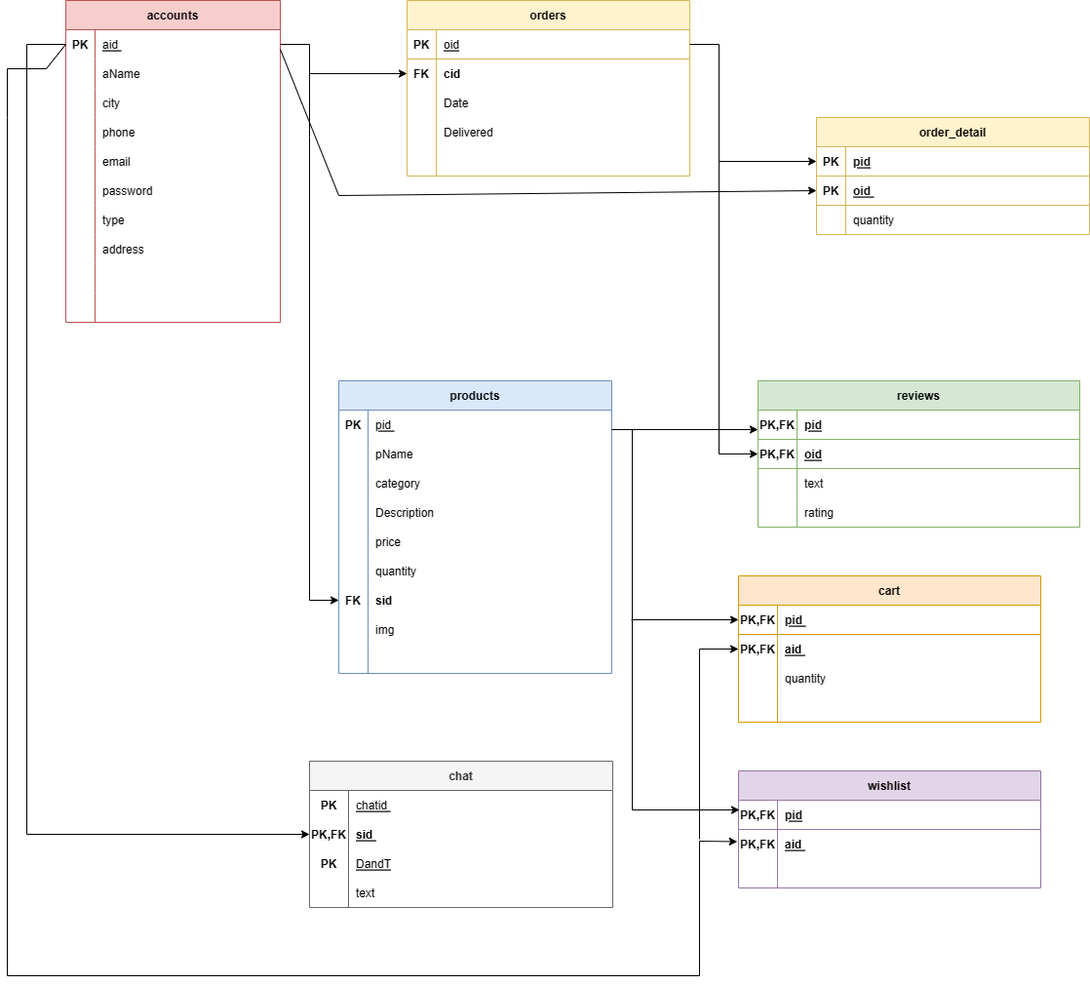
Above: Schema/MotoShoppyERmodel.drawio.png in Sajeel-Haider/MotoShoppy (draw.io), before the change. Source tidied: cells renumbered, new cells last; positions are measured from the earlier drawing's top-left corner, leaving out a move shared by most shapes.
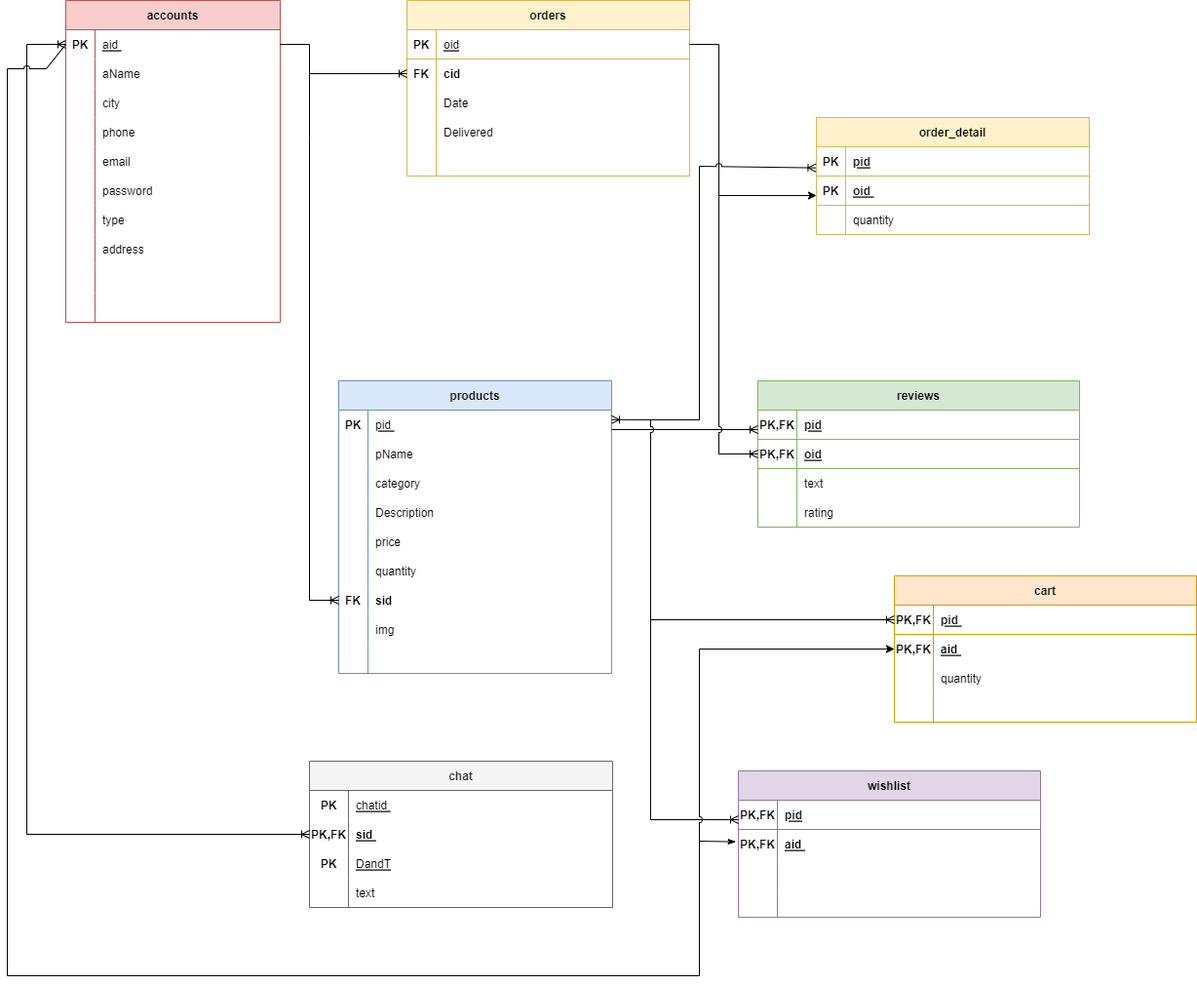
After the change.

The edit, as a diff of the source:
```diff
@@ -297,7 +297,7 @@
       <mxGeometry x="40" width="290" height="30" as="geometry" />
     </mxCell>
     <mxCell id="100" value="cart" style="shape=table;startSize=30;rowLines=0;fontStyle=1;align=center;fillColor=#ffe6cc;strokeColor=#d79b00;" parent="1" vertex="1">
-      <mxGeometry x="750" y="590" width="310" height="150" as="geometry" />
+      <mxGeometry x="910" y="590" width="310" height="150" as="geometry" />
     </mxCell>
     <mxCell id="101" style="shape=tableRow;horizontal=0;startSize=0;swimlaneHead=0;swimlaneBody=0;fillColor=none;points=[[0,0.5],[1,0.5]];portConstraint=eastwest;strokeColor=inherit;top=0;left=0;right=0;bottom=1;" parent="100" vertex="1">
       <mxGeometry y="30" width="310" height="30" as="geometry" />
@@ -336,7 +336,7 @@
       <mxGeometry x="40" width="270" height="30" as="geometry" />
     </mxCell>
     <mxCell id="113" value="wishlist" style="shape=table;startSize=30;rowLines=0;fontStyle=1;align=center;fillColor=#e1d5e7;strokeColor=#9673a6;" parent="1" vertex="1">
-      <mxGeometry x="750" y="790" width="310" height="120" as="geometry" />
+      <mxGeometry x="750" y="790" width="310" height="150" as="geometry" />
     </mxCell>
     <mxCell id="114" style="shape=tableRow;horizontal=0;startSize=0;swimlaneHead=0;swimlaneBody=0;fillColor=none;strokeColor=inherit;top=0;left=0;right=0;bottom=1;" parent="113" vertex="1">
       <mxGeometry y="30" width="310" height="30" as="geometry" />
@@ -356,8 +356,17 @@
     <mxCell id="119" value="aid " style="shape=partialRectangle;overflow=hidden;fillColor=none;align=left;strokeColor=inherit;top=0;left=0;bottom=0;right=0;spacingLeft=6;fontStyle=5;" parent="117" vertex="1">
       <mxGeometry x="40" width="270" height="30" as="geometry" />
     </mxCell>
+    <mxCell id="147" style="shape=tableRow;horizontal=0;startSize=0;swimlaneHead=0;swimlaneBody=0;fillColor=none;strokeColor=inherit;top=0;left=0;right=0;bottom=0;" parent="113" vertex="1">
+      <mxGeometry y="90" width="310" height="30" as="geometry" />
+    </mxCell>
+    <mxCell id="148" style="shape=partialRectangle;overflow=hidden;fillColor=none;strokeColor=inherit;top=0;left=0;bottom=0;right=0;" parent="147" vertex="1">
+      <mxGeometry width="40" height="30" as="geometry" />
+    </mxCell>
+    <mxCell id="149" style="shape=partialRectangle;overflow=hidden;fillColor=none;align=left;strokeColor=inherit;top=0;left=0;bottom=0;right=0;spacingLeft=6;" parent="147" vertex="1">
+      <mxGeometry x="40" width="270" height="30" as="geometry" />
+    </mxCell>
     <mxCell id="120" style="shape=tableRow;horizontal=0;startSize=0;swimlaneHead=0;swimlaneBody=0;fillColor=none;strokeColor=inherit;top=0;left=0;right=0;bottom=0;" parent="113" vertex="1">
-      <mxGeometry y="90" width="310" height="30" as="geometry" />
+      <mxGeometry y="120" width="310" height="30" as="geometry" />
     </mxCell>
     <mxCell id="121" style="shape=partialRectangle;overflow=hidden;fillColor=none;strokeColor=inherit;top=0;left=0;bottom=0;right=0;" parent="120" vertex="1">
       <mxGeometry width="40" height="30" as="geometry" />
@@ -404,15 +413,7 @@
     <mxCell id="135" value="text " style="shape=partialRectangle;overflow=hidden;fillColor=none;align=left;strokeColor=inherit;top=0;left=0;bottom=0;right=0;spacingLeft=6;" parent="133" vertex="1">
       <mxGeometry x="40" width="271" height="30" as="geometry" />
     </mxCell>
-    <mxCell id="136" style="endArrow=classic;html=1;rounded=0;entryX=0;entryY=0.5;entryDx=0;entryDy=0;" parent="1" edge="1" target="81">
-      <mxGeometry relative="1" as="geometry">
-        <mxPoint x="280" y="50" as="sourcePoint" />
-        <Array as="points">
-          <mxPoint x="340" y="200" />
-        </Array>
-      </mxGeometry>
-    </mxCell>
-    <mxCell id="137" style="endArrow=classic;html=1;rounded=0;exitX=1;exitY=0.5;exitDx=0;exitDy=0;entryX=0;entryY=0.5;entryDx=0;entryDy=0;" parent="1" edge="1" source="3" target="52">
+    <mxCell id="137" style="endArrow=ERoneToMany;html=1;rounded=0;exitX=1;exitY=0.5;exitDx=0;exitDy=0;entryX=0;entryY=0.5;entryDx=0;entryDy=0;endFill=0;" parent="1" edge="1" source="3" target="52">
       <mxGeometry relative="1" as="geometry">
         <Array as="points">
           <mxPoint x="310" y="45" />
@@ -421,12 +422,12 @@
         </Array>
       </mxGeometry>
     </mxCell>
-    <mxCell id="138" style="endArrow=classic;html=1;rounded=0;entryX=0;entryY=0.667;entryDx=0;entryDy=0;entryPerimeter=0;" parent="1" edge="1" target="88">
+    <mxCell id="138" style="endArrow=ERoneToMany;html=1;rounded=0;entryX=0;entryY=0.667;entryDx=0;entryDy=0;entryPerimeter=0;endFill=0;" parent="1" edge="1" target="88">
       <mxGeometry relative="1" as="geometry">
         <mxPoint x="620" y="440" as="sourcePoint" />
       </mxGeometry>
     </mxCell>
-    <mxCell id="139" style="endArrow=classic;html=1;rounded=0;entryX=0;entryY=0.5;entryDx=0;entryDy=0;exitX=1;exitY=0.25;exitDx=0;exitDy=0;" parent="1" edge="1" source="61" target="91">
+    <mxCell id="139" style="endArrow=ERoneToMany;html=1;rounded=0;entryX=0;entryY=0.5;entryDx=0;entryDy=0;exitX=1;exitY=0.25;exitDx=0;exitDy=0;endFill=0;jumpStyle=arc;" parent="1" edge="1" source="61" target="91">
       <mxGeometry relative="1" as="geometry">
         <Array as="points">
           <mxPoint x="730" y="45" />
@@ -434,7 +435,7 @@
         </Array>
       </mxGeometry>
     </mxCell>
-    <mxCell id="140" style="endArrow=classic;html=1;rounded=0;exitX=0;exitY=0.5;exitDx=0;exitDy=0;entryX=0;entryY=0.5;entryDx=0;entryDy=0;" parent="1" edge="1" source="3" target="127">
+    <mxCell id="140" style="endArrow=ERoneToMany;html=1;rounded=0;exitX=0;exitY=0.5;exitDx=0;exitDy=0;entryX=0;entryY=0.5;entryDx=0;entryDy=0;endFill=0;jumpStyle=arc;startArrow=ERoneToMany;startFill=0;" parent="1" edge="1" source="3" target="127">
       <mxGeometry relative="1" as="geometry">
         <Array as="points">
           <mxPoint x="20" y="45" />
@@ -442,17 +443,7 @@
         </Array>
       </mxGeometry>
     </mxCell>
-    <mxCell id="141" style="endArrow=classic;html=1;rounded=0;" parent="1" edge="1">
-      <mxGeometry relative="1" as="geometry">
-        <mxPoint x="620" y="440" as="sourcePoint" />
-        <mxPoint x="751" y="830" as="targetPoint" />
-        <Array as="points">
-          <mxPoint x="641" y="440" />
-          <mxPoint x="641" y="830" />
-        </Array>
-      </mxGeometry>
-    </mxCell>
-    <mxCell id="142" style="endArrow=classic;html=1;rounded=0;exitX=0;exitY=0.5;exitDx=0;exitDy=0;entryX=-0.004;entryY=0.416;entryDx=0;entryDy=0;entryPerimeter=0;" parent="1" edge="1" source="3" target="117">
+    <mxCell id="142" style="endArrow=classicThin;html=1;rounded=0;exitX=0;exitY=0.5;exitDx=0;exitDy=0;entryX=-0.008;entryY=0.422;entryDx=0;entryDy=0;entryPerimeter=0;startArrow=none;startFill=0;endFill=1;jumpStyle=arc;" parent="1" edge="1" source="3" target="117">
       <mxGeometry relative="1" as="geometry">
         <Array as="points">
           <mxPoint x="40" y="70" />
@@ -464,28 +455,46 @@
         </Array>
       </mxGeometry>
     </mxCell>
-    <mxCell id="143" style="endArrow=classic;html=1;rounded=0;entryX=0;entryY=0.5;entryDx=0;entryDy=0;" parent="1" edge="1" target="104">
-      <mxGeometry relative="1" as="geometry">
-        <mxPoint x="710" y="860" as="sourcePoint" />
-        <Array as="points">
-          <mxPoint x="710" y="665" />
-        </Array>
-      </mxGeometry>
-    </mxCell>
-    <mxCell id="144" style="endArrow=classic;html=1;rounded=0;entryX=0;entryY=0.5;entryDx=0;entryDy=0;" parent="1" edge="1" target="101">
-      <mxGeometry relative="1" as="geometry">
-        <mxPoint x="640" y="635" as="sourcePoint" />
-      </mxGeometry>
-    </mxCell>
-    <mxCell id="145" style="endArrow=classic;html=1;rounded=0;entryX=0;entryY=0.5;entryDx=0;entryDy=0;" parent="1" edge="1" target="78">
-      <mxGeometry relative="1" as="geometry">
-        <mxPoint x="730" y="165" as="sourcePoint" />
-      </mxGeometry>
-    </mxCell>
-    <mxCell id="146" style="endArrow=classic;html=1;rounded=0;entryX=0;entryY=0.5;entryDx=0;entryDy=0;" parent="1" edge="1" target="65">
+    <mxCell id="146" style="endArrow=ERoneToMany;html=1;rounded=0;entryX=0;entryY=0.5;entryDx=0;entryDy=0;endFill=0;" parent="1" edge="1" target="65">
       <mxGeometry relative="1" as="geometry">
         <mxPoint x="310" y="75" as="sourcePoint" />
       </mxGeometry>
     </mxCell>
+    <mxCell id="150" style="endArrow=ERoneToMany;html=1;rounded=0;startArrow=ERoneToMany;startFill=0;endFill=0;exitX=1;exitY=0.327;exitDx=0;exitDy=0;jumpStyle=arc;exitPerimeter=0;" parent="1" edge="1" source="34">
+      <mxGeometry relative="1" as="geometry">
+        <mxPoint x="750" y="840" as="targetPoint" />
+        <Array as="points">
+          <mxPoint x="660" y="430" />
+          <mxPoint x="660" y="840" />
+        </Array>
+      </mxGeometry>
+    </mxCell>
+    <mxCell id="151" style="endArrow=ERoneToMany;html=1;rounded=0;entryX=0;entryY=0.5;entryDx=0;entryDy=0;endFill=0;" parent="1" edge="1" target="101">
+      <mxGeometry relative="1" as="geometry">
+        <mxPoint x="660" y="635" as="sourcePoint" />
+      </mxGeometry>
+    </mxCell>
+    <mxCell id="152" style="endArrow=classic;html=1;rounded=0;entryX=0;entryY=0.5;entryDx=0;entryDy=0;jumpStyle=arc;" parent="1" edge="1" target="104">
+      <mxGeometry relative="1" as="geometry">
+        <mxPoint x="710" y="870" as="sourcePoint" />
+        <Array as="points">
+          <mxPoint x="710" y="665" />
+        </Array>
+      </mxGeometry>
+    </mxCell>
+    <mxCell id="153" style="endArrow=ERoneToMany;html=1;rounded=0;entryX=-0.002;entryY=0.721;entryDx=0;entryDy=0;entryPerimeter=0;endFill=0;jumpStyle=arc;" parent="1" edge="1" target="78">
+      <mxGeometry relative="1" as="geometry">
+        <mxPoint x="660" y="430" as="sourcePoint" />
+        <Array as="points">
+          <mxPoint x="710" y="430" />
+          <mxPoint x="710" y="170" />
+        </Array>
+      </mxGeometry>
+    </mxCell>
+    <mxCell id="154" style="endArrow=classic;html=1;rounded=0;entryX=0;entryY=0.667;entryDx=0;entryDy=0;entryPerimeter=0;" parent="1" edge="1" target="81">
+      <mxGeometry relative="1" as="geometry">
+        <mxPoint x="730" y="200" as="sourcePoint" />
+      </mxGeometry>
+    </mxCell>
   </root>
 </mxGraphModel>
```
